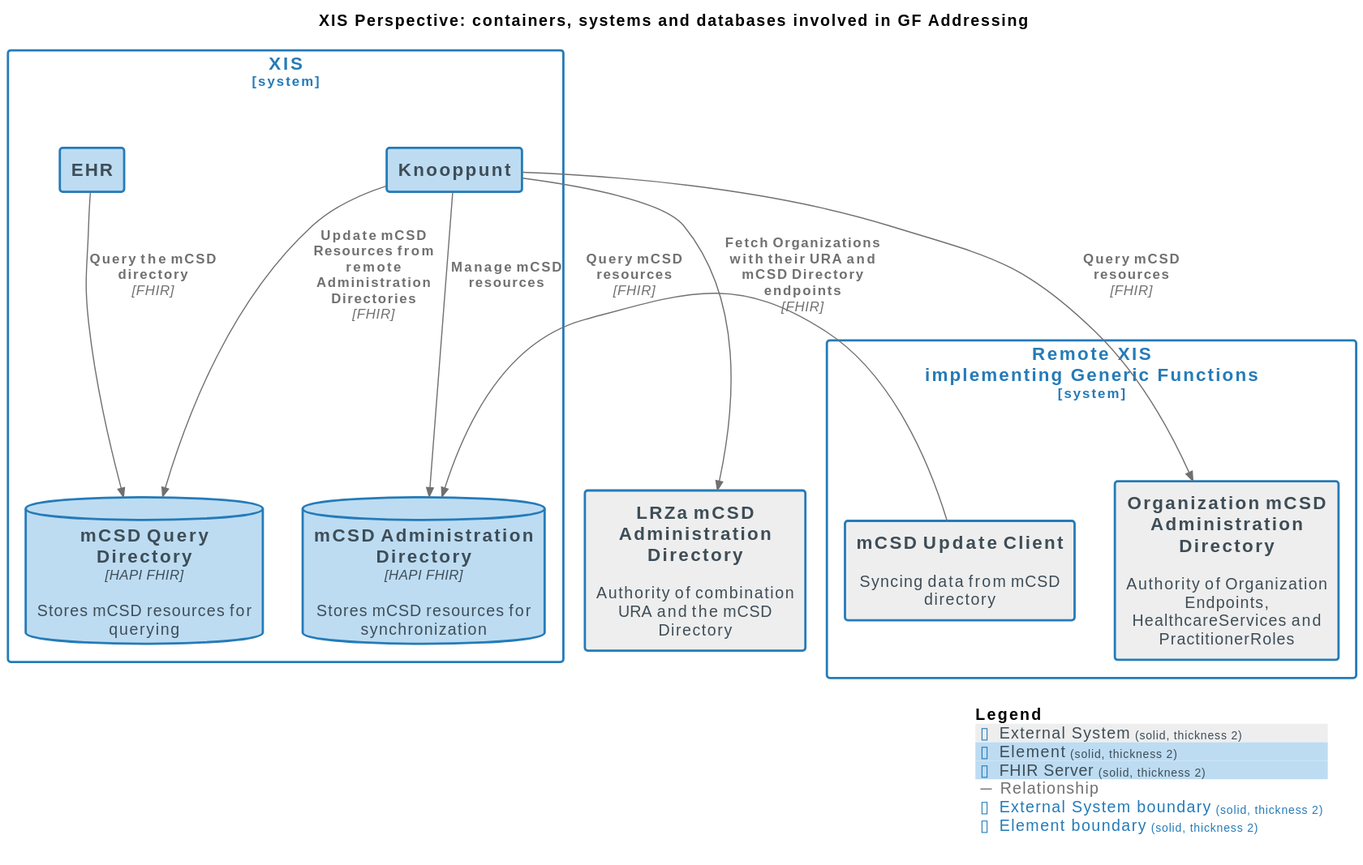
Earlier version of the PlantUML export docs/images/structurizr-GF_Addressing_ContainerDiagram.svg (nuts-foundation/nuts-knooppunt).
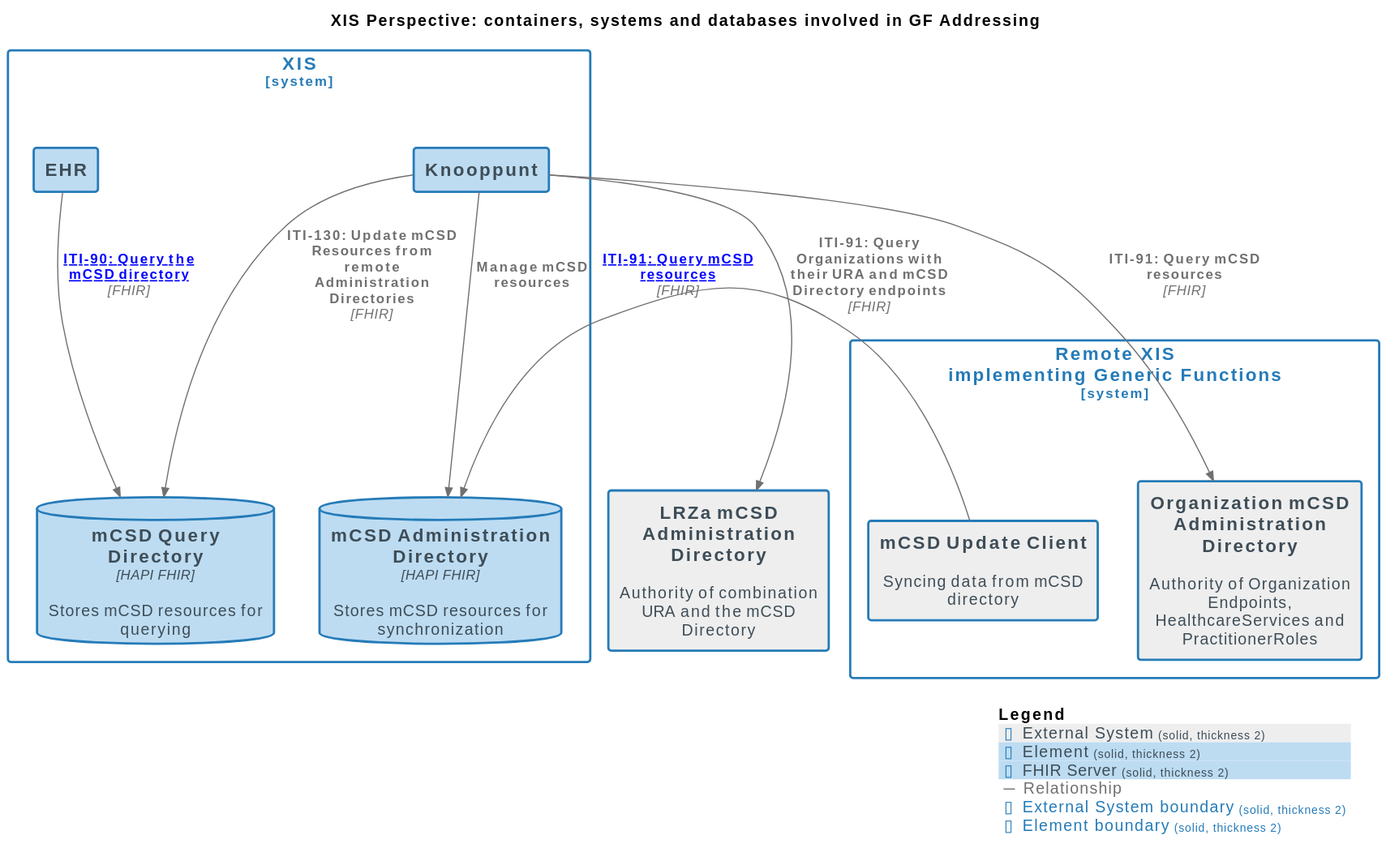
Later version of the same file.

Diff of the diagram source:
```diff
@@ -31,12 +31,12 @@
   Container(XIS.EHR, "EHR", $techn="", $descr="", $tags="Element", $link="")
 }
 
-Rel(XIS.Knooppunt, XIS.mCSDQueryDirectory, "Update mCSD Resources from remote Administration Directories", $techn="FHIR", $tags="Relationship", $link="")
+Rel(XIS.Knooppunt, XIS.mCSDQueryDirectory, "ITI-130: Update mCSD Resources from remote Administration Directories", $techn="FHIR", $tags="Relationship", $link="")
 Rel(XIS.Knooppunt, XIS.mCSDAdministrationDirectory, "Manage mCSD resources", $techn="", $tags="Relationship", $link="")
-Rel(XIS.EHR, XIS.mCSDQueryDirectory, "Query the mCSD directory", $techn="FHIR", $tags="Relationship", $link="")
-Rel(RemoteXISimplementingGenericFunctions.mCSDUpdateClient, XIS.mCSDAdministrationDirectory, "Query mCSD resources", $techn="FHIR", $tags="Relationship", $link="")
-Rel(XIS.Knooppunt, LRZamCSDAdministrationDirectory, "Fetch Organizations with their URA and mCSD Directory endpoints", $techn="FHIR", $tags="Relationship", $link="")
-Rel(XIS.Knooppunt, RemoteXISimplementingGenericFunctions.OrganizationmCSDAdministrationDirectory, "Query mCSD resources", $techn="FHIR", $tags="Relationship", $link="")
+Rel(XIS.EHR, XIS.mCSDQueryDirectory, "ITI-90: Query the mCSD directory", $techn="FHIR", $tags="Relationship", $link="https://profiles.ihe.net/ITI/mCSD/ITI-90.html")
+Rel(RemoteXISimplementingGenericFunctions.mCSDUpdateClient, XIS.mCSDAdministrationDirectory, "ITI-91: Query mCSD resources", $techn="FHIR", $tags="Relationship", $link="https://profiles.ihe.net/ITI/mCSD/ITI-91.html")
+Rel(XIS.Knooppunt, LRZamCSDAdministrationDirectory, "ITI-91: Query Organizations with their URA and mCSD Directory endpoints", $techn="FHIR", $tags="Relationship", $link="")
+Rel(XIS.Knooppunt, RemoteXISimplementingGenericFunctions.OrganizationmCSDAdministrationDirectory, "ITI-91: Query mCSD resources", $techn="FHIR", $tags="Relationship", $link="")
 
 SHOW_LEGEND(true)
 @enduml
```
